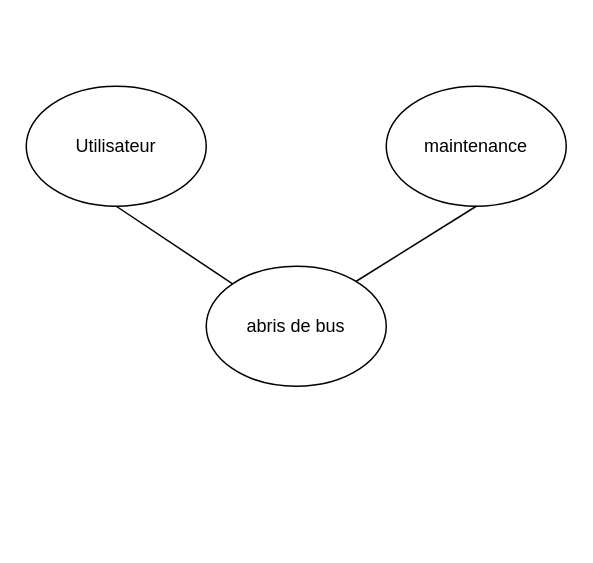
Before: Diagrammes_finis/diagrame_bete_a_corne_fini.drawio in hardelaynoe/projet_abris_bus, a draw.io diagram. Source tidied: cells renumbered, new cells numbered last; positions are measured from the earlier drawing's top-left corner, leaving out a move shared by most shapes. Both pictures are drawn from the tidied source at 150%, with x=0, y=0 at pixel (26, 86).
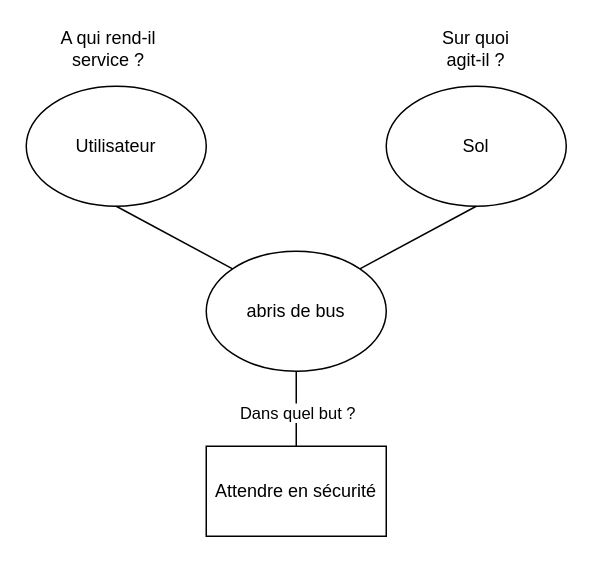
The same page after the edit.

Commit message:
Mettre à jour diagrame_bete_a_corne_fini.drawio

Change to the diagram source:
```diff
@@
 <mxGraphModel>
   <root>
     <mxCell id="0" />
     <mxCell id="1" parent="0" />
     <mxCell id="2" value="Utilisateur" style="ellipse;whiteSpace=wrap;html=1;shapeInside=1;" parent="1" vertex="1">
       <mxGeometry width="120" height="80" as="geometry" />
     </mxCell>
-    <mxCell id="3" value="maintenance" style="ellipse;whiteSpace=wrap;html=1;shapeInside=1;" parent="1" vertex="1">
+    <mxCell id="3" value="Sol" style="ellipse;whiteSpace=wrap;html=1;shapeInside=1;" parent="1" vertex="1">
       <mxGeometry x="240" width="120" height="80" as="geometry" />
     </mxCell>
     <mxCell id="4" value="abris de bus" style="ellipse;whiteSpace=wrap;html=1;shapeInside=1;" parent="1" vertex="1">
-      <mxGeometry x="120" y="120" width="120" height="80" as="geometry" />
+      <mxGeometry x="120" y="110" width="120" height="80" as="geometry" />
     </mxCell>
-    <mxCell id="5" style="endArrow=none;html=1;rounded=0;defaultLabelBackgroundColor=page;labelPadding=0 4;curved=1;" parent="1" edge="1" source="4">
+    <mxCell id="5" style="endArrow=none;html=1;rounded=0;defaultLabelBackgroundColor=page;labelPadding=0 4;curved=1;exitX=0;exitY=0;exitDx=0;exitDy=0;" parent="1" edge="1" source="4">
       <mxGeometry relative="1" as="geometry">
         <mxPoint x="60" y="80" as="targetPoint" />
       </mxGeometry>
     </mxCell>
-    <mxCell id="6" style="endArrow=none;html=1;rounded=0;defaultLabelBackgroundColor=page;labelPadding=0 4;curved=1;entryX=0.5;entryY=1;entryDx=0;entryDy=0;" parent="1" edge="1" target="3">
-      <mxGeometry relative="1" as="geometry">
-        <mxPoint x="220" y="130" as="sourcePoint" />
-      </mxGeometry>
+    <mxCell id="6" style="endArrow=none;html=1;rounded=0;defaultLabelBackgroundColor=page;labelPadding=0 4;curved=1;entryX=0.5;entryY=1;entryDx=0;entryDy=0;exitX=1;exitY=0;exitDx=0;exitDy=0;" parent="1" edge="1" source="4" target="3">
+      <mxGeometry relative="1" as="geometry" />
     </mxCell>
+    <mxCell id="7" value="A qui rend-il service ?" style="text;html=1;whiteSpace=wrap;strokeColor=none;fillColor=none;align=center;verticalAlign=middle;rounded=0;" parent="1" vertex="1">
+      <mxGeometry x="10" y="-40" width="90" height="30" as="geometry" />
+    </mxCell>
+    <mxCell id="8" style="endArrow=none;html=1;rounded=0;defaultLabelBackgroundColor=page;labelPadding=0 4;entryX=0.5;entryY=1;entryDx=0;entryDy=0;" parent="1" edge="1" target="4">
+      <mxGeometry relative="1" as="geometry">
+        <mxPoint x="180" y="240" as="sourcePoint" />
+      </mxGeometry>
+    </mxCell>
+    <mxCell id="9" value="Dans quel but ?" style="edgeLabel;html=1;align=center;verticalAlign=middle;inheritText=1;defaultLabelBackgroundColor=page;labelPadding=0 4;" parent="8" vertex="1">
+      <mxGeometry x="-0.08" relative="1" as="geometry" />
+    </mxCell>
+    <mxCell id="10" value="Attendre en sécurité" style="rounded=0;whiteSpace=wrap;html=1;" parent="1" vertex="1">
+      <mxGeometry x="120" y="240" width="120" height="60" as="geometry" />
+    </mxCell>
+    <mxCell id="11" value="Sur quoi agit-il ?" style="text;html=1;whiteSpace=wrap;strokeColor=none;fillColor=none;align=center;verticalAlign=middle;rounded=0;" parent="1" vertex="1">
+      <mxGeometry x="270" y="-40" width="60" height="30" as="geometry" />
+    </mxCell>
   </root>
 </mxGraphModel>
```
